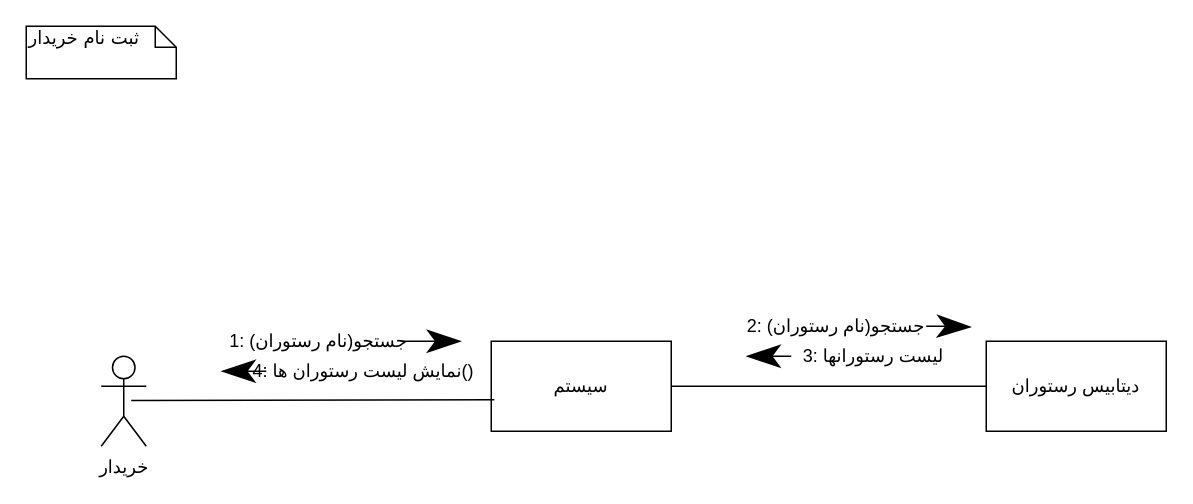
khoramian/TahDig_SoftwareEngineering keeps this draw.io diagram as Behavioural Modeling/Communication Diagrams/customer_signup.drawio. Above is the earlier version. Source tidied: cells renumbered, new cells numbered last; positions are measured from the earlier drawing's top-left corner, leaving out a move shared by most shapes. Both pictures are drawn from the tidied source at 150%, with x=0, y=0 at pixel (26, 26).
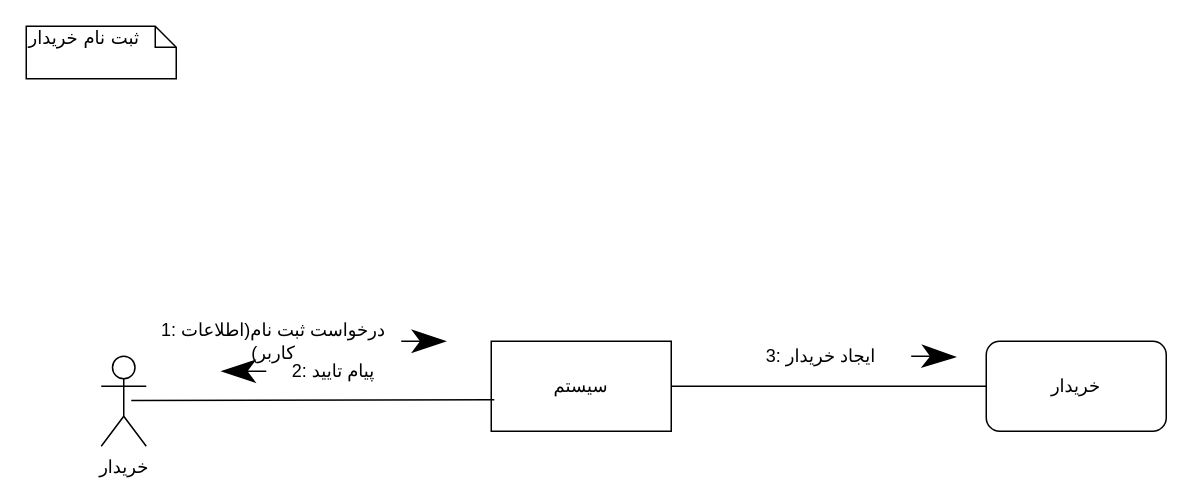
The same diagram, later.

Unchanged cells that the change refers to:
```xml
<mxCell id="4" value="سیستم" style="rounded=0;whiteSpace=wrap;html=1;" parent="1" vertex="1">
  <mxGeometry x="310" y="210" width="120" height="60" as="geometry" />
</mxCell>
```

The edit, as a diff of the source:
```diff
@@
-    <mxCell id="2" value="1: جستجو(نام رستوران)" style="text;html=1;strokeColor=none;fillColor=none;align=center;verticalAlign=middle;whiteSpace=wrap;rounded=0;" parent="1" vertex="1">
-      <mxGeometry x="120" y="200" width="150" height="20" as="geometry" />
+    <mxCell id="2" value="1: درخواست ثبت نام(اطلاعات کاربر)" style="text;html=1;strokeColor=none;fillColor=none;align=center;verticalAlign=middle;whiteSpace=wrap;rounded=0;" parent="1" vertex="1">
+      <mxGeometry x="80" y="200" width="170" height="20" as="geometry" />
     </mxCell>
@@
-    <mxCell id="6" value="دیتابیس رستوران" style="rounded=0;whiteSpace=wrap;html=1;" parent="1" vertex="1">
-      <mxGeometry x="640" y="210" width="120" height="60" as="geometry" />
-    </mxCell>
-    <mxCell id="7" style="endArrow=none;html=1;exitX=1;exitY=0.5;exitDx=0;exitDy=0;entryX=0;entryY=0.5;entryDx=0;entryDy=0;" parent="1" edge="1" source="4" target="6">
-      <mxGeometry relative="1" as="geometry" />
+    <mxCell id="7" style="endArrow=none;html=1;exitX=1;exitY=0.5;exitDx=0;exitDy=0;entryX=0;entryY=0.5;entryDx=0;entryDy=0;" parent="1" edge="1" source="4">
+      <mxGeometry relative="1" as="geometry">
+        <mxPoint x="640" y="240" as="targetPoint" />
+      </mxGeometry>
     </mxCell>
@@
-    <mxCell id="9" value="4: نمایش لیست رستوران ها()" style="text;html=1;strokeColor=none;fillColor=none;align=center;verticalAlign=middle;whiteSpace=wrap;rounded=0;" parent="1" vertex="1">
-      <mxGeometry x="150" y="220" width="150" height="20" as="geometry" />
+    <mxCell id="9" value="2: پیام تایید " style="text;html=1;strokeColor=none;fillColor=none;align=center;verticalAlign=middle;whiteSpace=wrap;rounded=0;" parent="1" vertex="1">
+      <mxGeometry x="160" y="220" width="90" height="20" as="geometry" />
     </mxCell>
-    <mxCell id="10" value="3: لیست رستورانها" style="text;html=1;strokeColor=none;fillColor=none;align=center;verticalAlign=middle;whiteSpace=wrap;rounded=0;" parent="1" vertex="1">
-      <mxGeometry x="500" y="210" width="130" height="20" as="geometry" />
-    </mxCell>
-    <mxCell id="11" value="2: جستجو(نام رستوران)" style="text;html=1;strokeColor=none;fillColor=none;align=center;verticalAlign=middle;whiteSpace=wrap;rounded=0;" parent="1" vertex="1">
-      <mxGeometry x="450" y="190" width="180" height="20" as="geometry" />
+    <mxCell id="11" value="3: ایجاد خریدار" style="text;html=1;strokeColor=none;fillColor=none;align=center;verticalAlign=middle;whiteSpace=wrap;rounded=0;" parent="1" vertex="1">
+      <mxGeometry x="440" y="210" width="180" height="20" as="geometry" />
     </mxCell>
     <mxCell id="12" style="endArrow=classicThin;html=1;strokeWidth=1;endSize=20;" parent="1" edge="1">
       <mxGeometry relative="1" as="geometry">
-        <mxPoint x="600" y="200" as="sourcePoint" />
-        <mxPoint x="630" y="200.5" as="targetPoint" />
+        <mxPoint x="590" y="220" as="sourcePoint" />
+        <mxPoint x="620" y="220.5" as="targetPoint" />
         <Array as="points">
-          <mxPoint x="610" y="200" />
+          <mxPoint x="600" y="220" />
         </Array>
       </mxGeometry>
     </mxCell>
-    <mxCell id="13" style="endArrow=classicThin;html=1;strokeWidth=1;endSize=20;" parent="1" edge="1">
-      <mxGeometry relative="1" as="geometry">
-        <mxPoint x="510" y="220" as="sourcePoint" />
-        <mxPoint x="480" y="220" as="targetPoint" />
-      </mxGeometry>
-    </mxCell>
     <mxCell id="14" style="endArrow=classicThin;html=1;strokeWidth=1;endSize=20;" parent="1" edge="1">
       <mxGeometry relative="1" as="geometry">
         <mxPoint x="250" y="210" as="sourcePoint" />
-        <mxPoint x="290" y="210" as="targetPoint" />
+        <mxPoint x="280" y="210" as="targetPoint" />
       </mxGeometry>
     </mxCell>
@@
+    <mxCell id="16" value="خریدار" style="rounded=1;whiteSpace=wrap;html=1;" parent="1" vertex="1">
+      <mxGeometry x="640" y="210" width="120" height="60" as="geometry" />
+    </mxCell>
```
